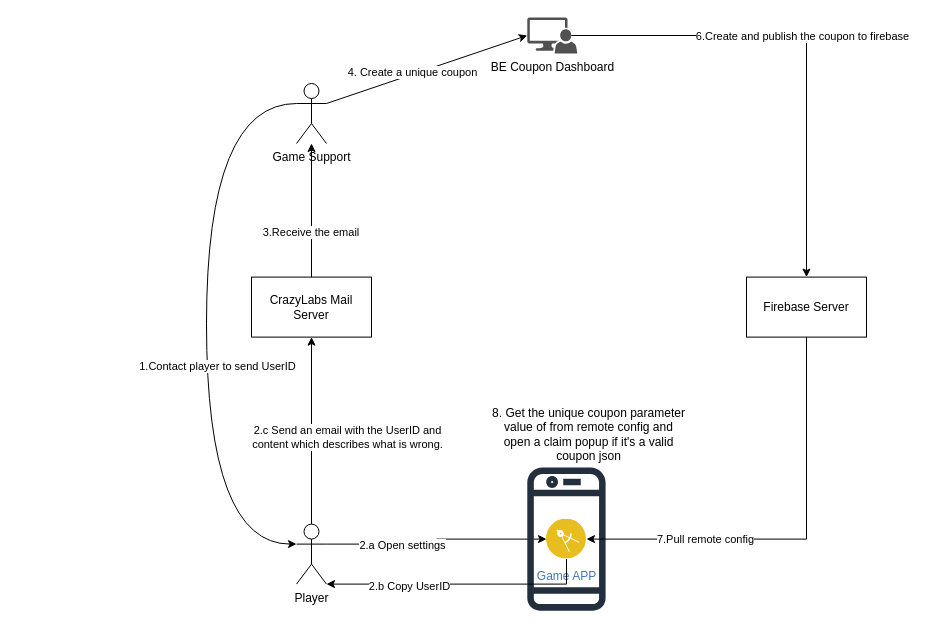
Above: page "Update-UniqueCoupon/Multi" (3 of 10) of Remote Config Coupon Architecture.drawio in yaohuiwu/SimpleFS (draw.io), before the change. Source tidied: cells renumbered, new cells numbered last; positions are measured from the earlier drawing's top-left corner, leaving out a move shared by most shapes. Both pictures are drawn from the tidied source at 100%, with x=0, y=0 at pixel (206, 17).
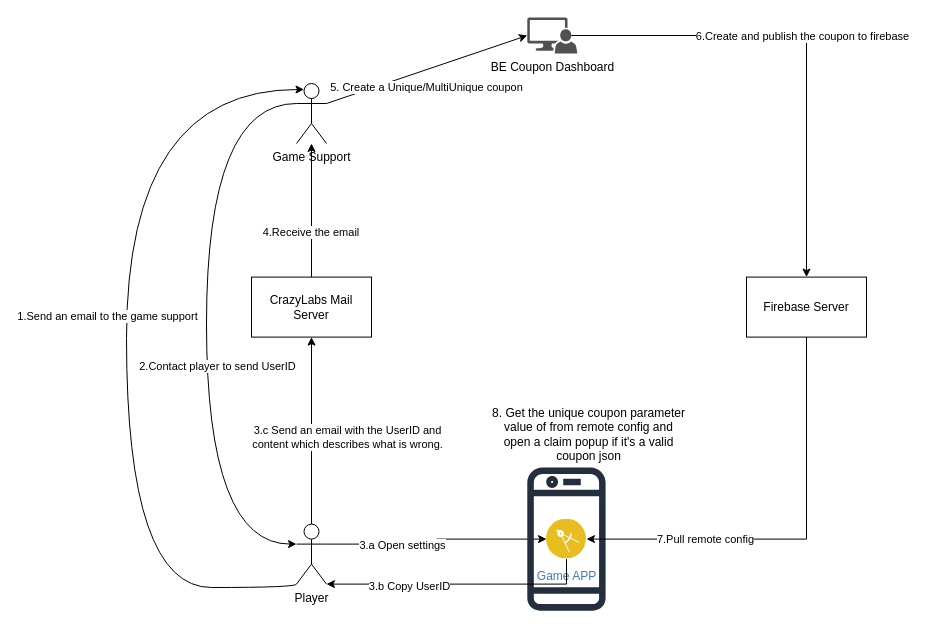
Above is the later version.

Unchanged cells that the change refers to:
```xml
<mxCell id="2" style="edgeStyle=orthogonalEdgeStyle;rounded=0;jettySize=auto;html=1;exitX=1;exitY=0.3333333333333333;exitDx=0;exitDy=0;exitPerimeter=0;entryX=0;entryY=0.5;entryDx=0;entryDy=0;" parent="1" edge="1" source="6" target="17">
  <mxGeometry relative="1" as="geometry" />
</mxCell>
<mxCell id="4" style="edgeStyle=orthogonalEdgeStyle;rounded=0;jettySize=auto;html=1;exitX=0.5;exitY=0;exitDx=0;exitDy=0;exitPerimeter=0;entryX=0.5;entryY=1;entryDx=0;entryDy=0;" parent="1" edge="1" source="6" target="13">
  <mxGeometry relative="1" as="geometry" />
</mxCell>
<mxCell id="6" value="Player" style="shape=umlActor;verticalLabelPosition=bottom;verticalAlign=top;html=1;outlineConnect=0;" parent="1" vertex="1">
  <mxGeometry x="90" y="506.6" width="30" height="60" as="geometry" />
</mxCell>
<mxCell id="11" style="edgeStyle=orthogonalEdgeStyle;rounded=0;jettySize=auto;html=1;exitX=0.5;exitY=0;exitDx=0;exitDy=0;" parent="1" edge="1" source="13" target="18">
  <mxGeometry relative="1" as="geometry">
    <Array as="points">
      <mxPoint x="105" y="289.6" />
      <mxPoint x="105" y="289.6" />
    </Array>
  </mxGeometry>
</mxCell>
<mxCell id="18" value="Game Support" style="shape=umlActor;verticalLabelPosition=bottom;verticalAlign=top;html=1;outlineConnect=0;" parent="1" vertex="1">
  <mxGeometry x="90" y="66" width="30" height="60" as="geometry" />
</mxCell>
<mxCell id="19" style="rounded=0;jettySize=auto;html=1;exitX=1;exitY=0.3333333333333333;exitDx=0;exitDy=0;exitPerimeter=0;entryX=0;entryY=0.5;entryDx=0;entryDy=0;entryPerimeter=0;" parent="1" edge="1" source="18" target="16">
  <mxGeometry relative="1" as="geometry" />
</mxCell>
<mxCell id="21" style="edgeStyle=orthogonalEdgeStyle;rounded=0;jettySize=auto;html=1;exitX=0.5;exitY=1;exitDx=0;exitDy=0;entryX=1;entryY=1;entryDx=0;entryDy=0;entryPerimeter=0;" parent="1" edge="1" source="17" target="6">
  <mxGeometry relative="1" as="geometry">
    <Array as="points">
      <mxPoint x="360" y="567" />
    </Array>
  </mxGeometry>
</mxCell>
<mxCell id="24" style="edgeStyle=orthogonalEdgeStyle;rounded=0;jettySize=auto;html=1;exitX=0;exitY=0.3333333333333333;exitDx=0;exitDy=0;exitPerimeter=0;entryX=0;entryY=0.3333333333333333;entryDx=0;entryDy=0;entryPerimeter=0;curved=1;" parent="1" edge="1" source="18" target="6">
  <mxGeometry relative="1" as="geometry">
    <Array as="points">
      <mxPoint y="86" />
      <mxPoint y="527" />
    </Array>
  </mxGeometry>
</mxCell>
```

Diff of the diagram source:
```diff
@@
-    <mxCell id="3" value="2.a Open settings" style="edgeLabel;html=1;align=center;verticalAlign=middle;" parent="2" vertex="1">
+    <mxCell id="3" value="3.a Open settings" style="edgeLabel;html=1;align=center;verticalAlign=middle;" parent="2" vertex="1">
       <mxGeometry x="-0.33" y="-1" relative="1" as="geometry" />
     </mxCell>
@@
-    <mxCell id="5" value="2.c Send an email with the UserID and &lt;br&gt;content which describes what is wrong." style="edgeLabel;html=1;align=center;verticalAlign=middle;" parent="4" vertex="1">
+    <mxCell id="5" value="3.c Send an email with the UserID and &lt;br&gt;content which describes what is wrong." style="edgeLabel;html=1;align=center;verticalAlign=middle;" parent="4" vertex="1">
       <mxGeometry x="-0.21" y="-4" relative="1" as="geometry">
         <mxPoint x="31" y="-13" as="offset" />
       </mxGeometry>
     </mxCell>
@@
-    <mxCell id="12" value="3.Receive the email&amp;nbsp;" style="edgeLabel;html=1;align=center;verticalAlign=middle;" parent="11" vertex="1">
+    <mxCell id="12" value="4.Receive the email&amp;nbsp;" style="edgeLabel;html=1;align=center;verticalAlign=middle;" parent="11" vertex="1">
       <mxGeometry x="0.08" relative="1" as="geometry" />
     </mxCell>
@@
-    <mxCell id="20" value="4. Create a unique coupon" style="edgeLabel;html=1;align=center;verticalAlign=middle;" parent="19" vertex="1">
-      <mxGeometry x="-0.14" y="2" relative="1" as="geometry" />
+    <mxCell id="20" value="5. Create a Unique/MultiUnique coupon" style="edgeLabel;html=1;align=center;verticalAlign=middle;" parent="19" vertex="1">
+      <mxGeometry x="-0.14" y="2" relative="1" as="geometry">
+        <mxPoint x="14" y="15" as="offset" />
+      </mxGeometry>
     </mxCell>
@@
-    <mxCell id="22" value="2.b Copy UserID" style="edgeLabel;html=1;align=center;verticalAlign=middle;" parent="21" vertex="1">
+    <mxCell id="22" value="3.b Copy UserID" style="edgeLabel;html=1;align=center;verticalAlign=middle;" parent="21" vertex="1">
       <mxGeometry x="0.38" y="2" relative="1" as="geometry" />
     </mxCell>
@@
-    <mxCell id="25" value="1.Contact player to send UserID" style="edgeLabel;html=1;align=center;verticalAlign=middle;" parent="24" vertex="1">
+    <mxCell id="25" value="2.Contact player to send UserID" style="edgeLabel;html=1;align=center;verticalAlign=middle;" parent="24" vertex="1">
       <mxGeometry x="0.04" relative="1" as="geometry">
         <mxPoint x="10" y="29" as="offset" />
       </mxGeometry>
     </mxCell>
+    <mxCell id="26" style="edgeStyle=orthogonalEdgeStyle;curved=1;rounded=0;jettySize=auto;html=1;exitX=0;exitY=1;exitDx=0;exitDy=0;exitPerimeter=0;entryX=0.25;entryY=0.1;entryDx=0;entryDy=0;entryPerimeter=0;" parent="1" edge="1" source="6" target="18">
+      <mxGeometry relative="1" as="geometry">
+        <Array as="points">
+          <mxPoint x="90" y="570" />
+          <mxPoint x="-80" y="570" />
+          <mxPoint x="-80" y="72" />
+        </Array>
+      </mxGeometry>
+    </mxCell>
+    <mxCell id="27" value="1.Send an email to the game support" style="edgeLabel;html=1;align=center;verticalAlign=middle;" parent="26" vertex="1">
+      <mxGeometry x="-0.02" relative="1" as="geometry">
+        <mxPoint x="-20" y="-29" as="offset" />
+      </mxGeometry>
+    </mxCell>
```
